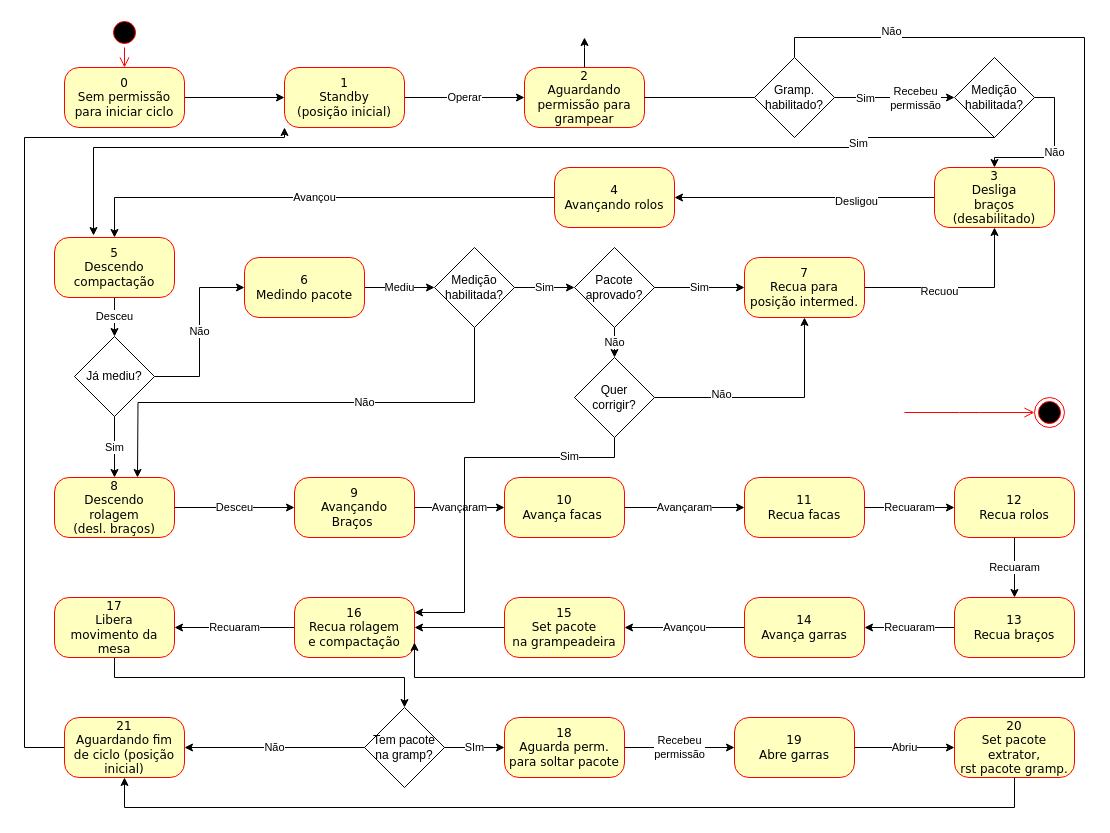
JonanMuller/M04196N03_Grampeadeira keeps this draw.io diagram as estadosGrampeadeiraV2.drawio. Above is the earlier version. Source tidied: cells renumbered, new cells numbered last; positions are measured from the earlier drawing's top-left corner, leaving out a move shared by most shapes. Both pictures are drawn from the tidied source at 100%, with x=0, y=0 at pixel (24, 17).
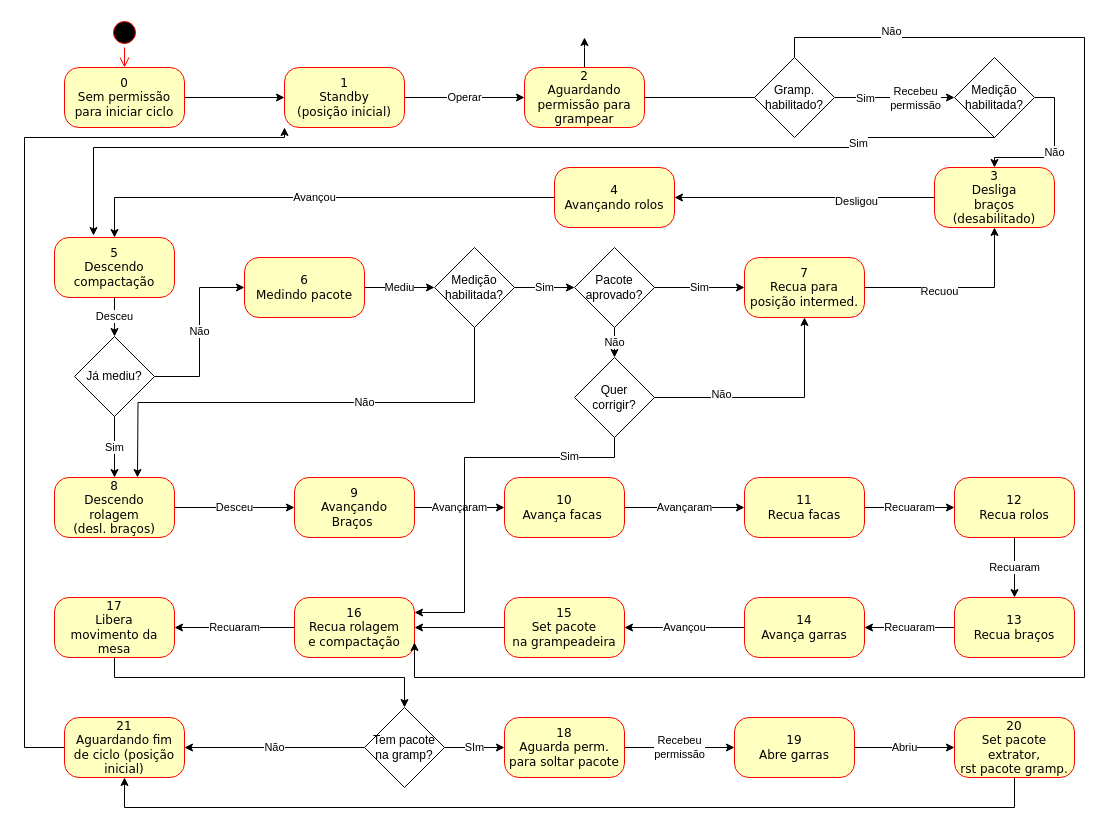
After the change.

Diff of the diagram source:
```diff
@@
-    <mxCell id="30" style="ellipse;html=1;shape=endState;fillColor=#000000;strokeColor=#ff0000;rounded=1;shadow=0;comic=0;labelBackgroundColor=none;fontFamily=Verdana;fontSize=12;fontColor=#000000;align=center;" parent="1" vertex="1">
-      <mxGeometry x="1010" y="380" width="30" height="30" as="geometry" />
-    </mxCell>
-    <mxCell id="31" style="edgeStyle=elbowEdgeStyle;html=1;labelBackgroundColor=none;endArrow=open;endSize=8;strokeColor=#ff0000;fontFamily=Verdana;fontSize=12;align=left;" parent="1" edge="1" target="30">
-      <mxGeometry relative="1" as="geometry">
-        <mxPoint x="880" y="395" as="sourcePoint" />
-      </mxGeometry>
-    </mxCell>
```
